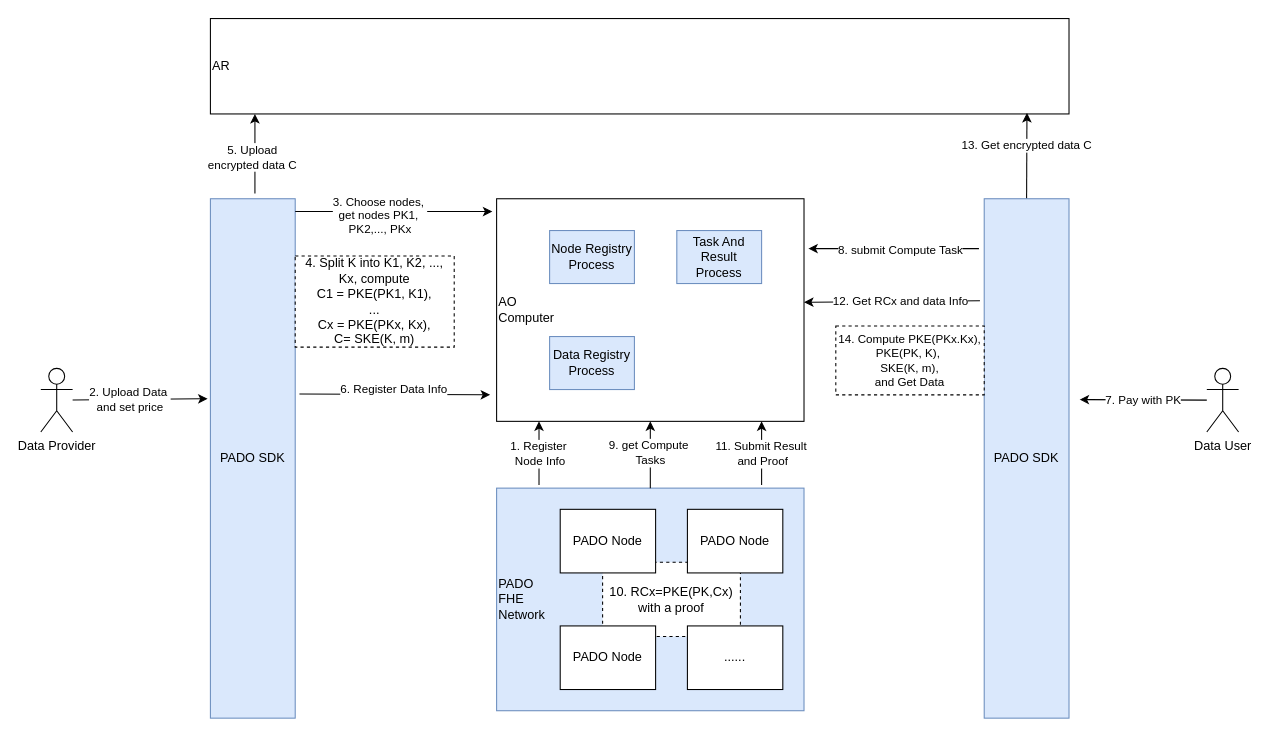
The draw.io diagram pictures/pado-ao.drawio in pado-labs/pado-network, before the edit. Source tidied: cells renumbered, new cells numbered last; positions are measured from the earlier drawing's top-left corner, leaving out a move shared by most shapes. Both pictures are drawn from the tidied source at 106%, with x=0, y=0 at pixel (40, 18).
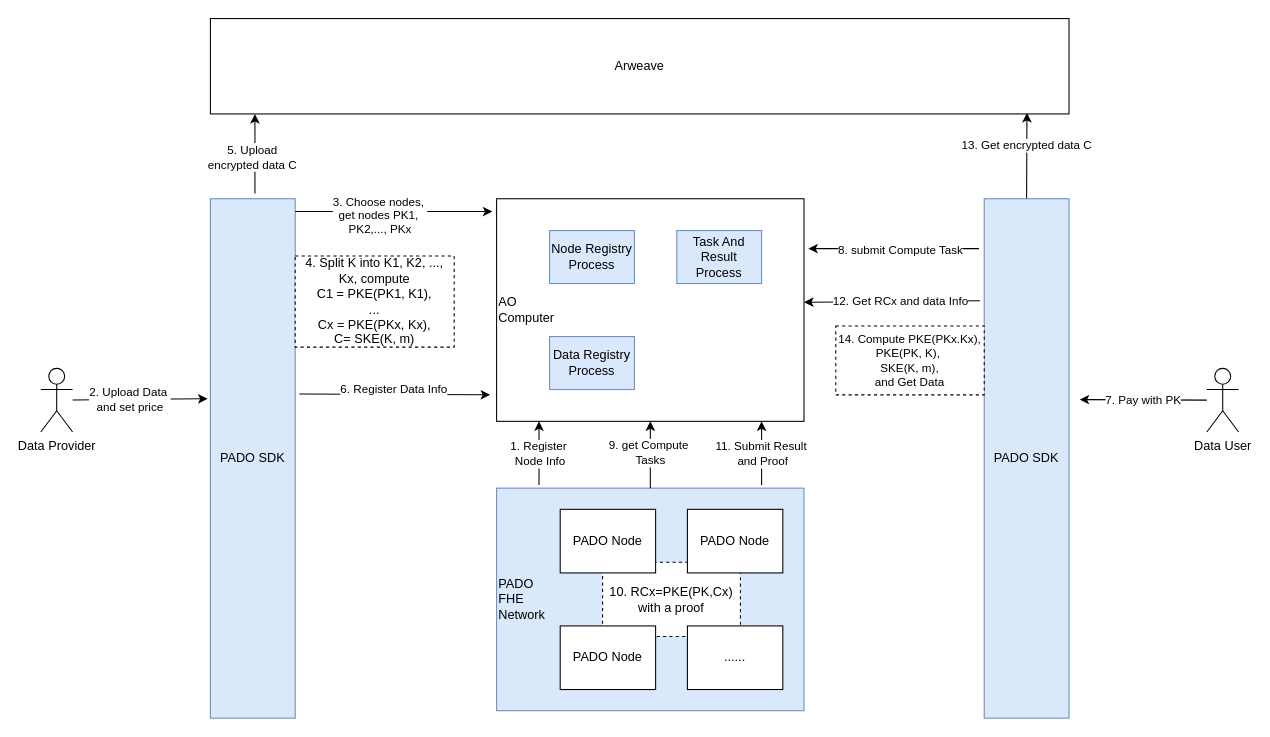
The same diagram, later.

What changed in the source:
```diff
@@
-    <mxCell id="4" value="AR" style="rounded=0;whiteSpace=wrap;html=1;align=left;" parent="1" vertex="1">
+    <mxCell id="4" value="Arweave" style="rounded=0;whiteSpace=wrap;html=1;align=center;" parent="1" vertex="1">
       <mxGeometry x="160" width="810" height="90" as="geometry" />
     </mxCell>
```
